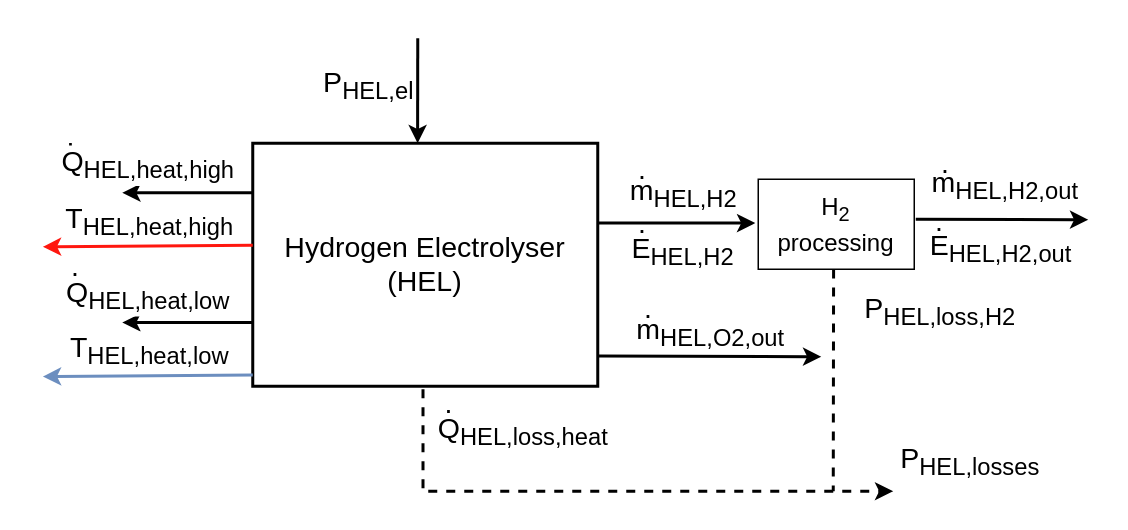
Before: docs/fig/source_files/240603_Elektrolyser_reduced.drawio in QuaSi-Software/Documentation, a draw.io diagram. Source tidied: cells renumbered, new cells numbered last; positions are measured from the earlier drawing's top-left corner, leaving out a move shared by most shapes. Both pictures are drawn from the tidied source at 150%, with x=0, y=0 at pixel (26, 38).
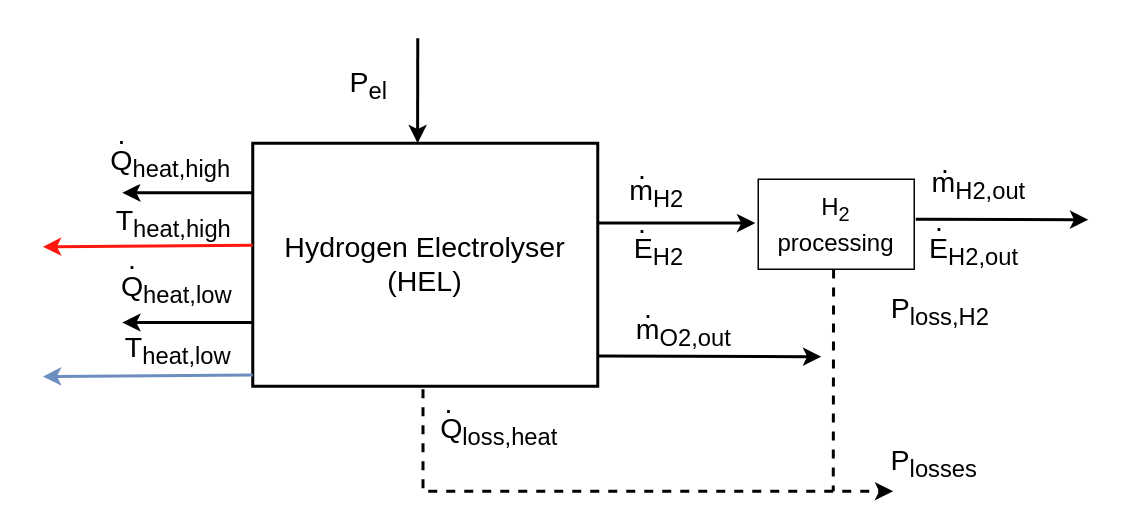
The same diagram, later.

The change refers to these unchanged cells:
```xml
<mxCell id="2" style="endArrow=none;html=1;rounded=0;fontSize=19;strokeWidth=2;dashed=1;endFill=0;" parent="1" edge="1">
  <mxGeometry relative="1" as="geometry">
    <mxPoint x="264.5" y="210" as="sourcePoint" />
    <mxPoint x="264.5" y="300" as="targetPoint" />
  </mxGeometry>
</mxCell>
<mxCell id="7" style="endArrow=classic;html=1;rounded=0;fontSize=19;entryX=-0.009;entryY=0.171;entryDx=0;entryDy=0;entryPerimeter=0;strokeWidth=2;" parent="1" edge="1">
  <mxGeometry relative="1" as="geometry">
    <mxPoint x="261" as="sourcePoint" />
    <mxPoint x="260.9" y="70" as="targetPoint" />
  </mxGeometry>
</mxCell>
<mxCell id="9" style="endArrow=classic;html=1;rounded=0;fontSize=19;strokeWidth=2;" parent="1" edge="1">
  <mxGeometry relative="1" as="geometry">
    <mxPoint x="381" y="211.9" as="sourcePoint" />
    <mxPoint x="530" y="212.3" as="targetPoint" />
  </mxGeometry>
</mxCell>
<mxCell id="15" style="endArrow=classic;html=1;rounded=0;fontSize=19;strokeColor=#FF170F;strokeWidth=2;" parent="1" edge="1">
  <mxGeometry relative="1" as="geometry">
    <mxPoint x="151" y="138" as="sourcePoint" />
    <mxPoint x="11.1" y="139" as="targetPoint" />
  </mxGeometry>
</mxCell>
<mxCell id="25" style="endArrow=classic;html=1;rounded=0;fontSize=19;strokeWidth=2;entryX=-0.019;entryY=0.487;entryDx=0;entryDy=0;entryPerimeter=0;" parent="1" edge="1" target="19">
  <mxGeometry relative="1" as="geometry">
    <mxPoint x="381" y="123.1" as="sourcePoint" />
  </mxGeometry>
</mxCell>
<mxCell id="31" style="endArrow=classic;html=1;rounded=0;fontSize=19;strokeColor=#6c8ebf;strokeWidth=2;fillColor=#dae8fc;" parent="1" edge="1">
  <mxGeometry relative="1" as="geometry">
    <mxPoint x="151" y="224.5" as="sourcePoint" />
    <mxPoint x="11.1" y="225.5" as="targetPoint" />
  </mxGeometry>
</mxCell>
```

Diff of the diagram source:
```diff
@@
-    <mxCell id="3" value="Q&lt;sub&gt;HEL,loss,heat&lt;/sub&gt;" style="edgeLabel;html=1;align=center;verticalAlign=middle;fontSize=19;" parent="2" vertex="1">
+    <mxCell id="3" value="Q&lt;sub&gt;loss,heat&lt;/sub&gt;" style="edgeLabel;html=1;align=center;verticalAlign=middle;fontSize=19;" parent="2" vertex="1">
       <mxGeometry x="-0.45" y="-1" relative="1" as="geometry">
-        <mxPoint x="67" y="27" as="offset" />
+        <mxPoint x="51" y="27" as="offset" />
       </mxGeometry>
     </mxCell>
-    <mxCell id="4" value="P&lt;sub&gt;HEL,loss,H2&lt;/sub&gt;" style="edgeLabel;html=1;align=center;verticalAlign=middle;fontSize=19;" parent="2" vertex="1">
+    <mxCell id="4" value="P&lt;sub&gt;loss,H2&lt;/sub&gt;" style="edgeLabel;html=1;align=center;verticalAlign=middle;fontSize=19;" parent="2" vertex="1">
       <mxGeometry x="-0.45" y="-1" relative="1" as="geometry">
         <mxPoint x="345" y="-53" as="offset" />
       </mxGeometry>
     </mxCell>
-    <mxCell id="5" value="P&lt;sub&gt;HEL,losses&lt;/sub&gt;" style="edgeLabel;html=1;align=center;verticalAlign=middle;fontSize=19;" parent="2" vertex="1">
+    <mxCell id="5" value="P&lt;sub&gt;losses&lt;/sub&gt;" style="edgeLabel;html=1;align=center;verticalAlign=middle;fontSize=19;" parent="2" vertex="1">
       <mxGeometry x="-0.45" y="-1" relative="1" as="geometry">
-        <mxPoint x="365" y="47" as="offset" />
+        <mxPoint x="341" y="48" as="offset" />
       </mxGeometry>
     </mxCell>
@@
-    <mxCell id="8" value="P&lt;sub&gt;HEL,el&lt;/sub&gt;" style="edgeLabel;html=1;align=center;verticalAlign=middle;fontSize=19;" parent="7" vertex="1">
+    <mxCell id="8" value="P&lt;sub&gt;el&lt;/sub&gt;" style="edgeLabel;html=1;align=center;verticalAlign=middle;fontSize=19;" parent="7" vertex="1">
       <mxGeometry x="-0.45" y="-1" relative="1" as="geometry">
         <mxPoint x="-32" y="13" as="offset" />
       </mxGeometry>
     </mxCell>
@@
-    <mxCell id="10" value="m&lt;sub&gt;HEL,O2,out&lt;/sub&gt;" style="edgeLabel;html=1;align=center;verticalAlign=middle;fontSize=19;" parent="9" vertex="1">
+    <mxCell id="10" value="m&lt;sub&gt;O2,out&lt;/sub&gt;" style="edgeLabel;html=1;align=center;verticalAlign=middle;fontSize=19;" parent="9" vertex="1">
       <mxGeometry x="-0.45" y="-1" relative="1" as="geometry">
-        <mxPoint x="34" y="-17" as="offset" />
+        <mxPoint x="16" y="-17" as="offset" />
       </mxGeometry>
     </mxCell>
-    <mxCell id="11" value="E&lt;sub&gt;HEL,H2&lt;/sub&gt;" style="text;html=1;strokeColor=none;fillColor=none;align=center;verticalAlign=middle;whiteSpace=wrap;rounded=0;fontSize=19;" parent="1" vertex="1">
-      <mxGeometry x="408" y="128" width="60" height="30" as="geometry" />
+    <mxCell id="11" value="E&lt;sub&gt;H2&lt;/sub&gt;" style="text;html=1;strokeColor=none;fillColor=none;align=center;verticalAlign=middle;whiteSpace=wrap;rounded=0;fontSize=19;" parent="1" vertex="1">
+      <mxGeometry x="392" y="128" width="60" height="30" as="geometry" />
     </mxCell>
     <mxCell id="12" value=".&lt;br&gt;" style="text;html=1;strokeColor=none;fillColor=none;align=center;verticalAlign=middle;whiteSpace=wrap;rounded=0;fontSize=19;" parent="1" vertex="1">
-      <mxGeometry y="51" width="60" height="30" as="geometry" />
+      <mxGeometry x="34" y="50" width="60" height="30" as="geometry" />
     </mxCell>
-    <mxCell id="13" value="Q&lt;sub&gt;HEL,heat,high&lt;/sub&gt;" style="endArrow=classic;html=1;rounded=0;strokeColor=#000000;fontSize=19;strokeWidth=2;" parent="1" edge="1">
-      <mxGeometry x="0.62" y="-18" relative="1" as="geometry">
+    <mxCell id="13" value="Q&lt;sub&gt;heat,high&lt;/sub&gt;" style="endArrow=classic;html=1;rounded=0;strokeColor=#000000;fontSize=19;strokeWidth=2;" parent="1" edge="1">
+      <mxGeometry x="0.27" y="-19" relative="1" as="geometry">
         <mxPoint x="151" y="103" as="sourcePoint" />
         <mxPoint x="64" y="103" as="targetPoint" />
       </mxGeometry>
     </mxCell>
@@
-    <mxCell id="16" value="T&lt;sub&gt;HEL,heat,high&lt;/sub&gt;" style="edgeLabel;html=1;align=center;verticalAlign=middle;fontSize=19;" parent="15" vertex="1">
+    <mxCell id="16" value="T&lt;sub&gt;heat,high&lt;/sub&gt;" style="edgeLabel;html=1;align=center;verticalAlign=middle;fontSize=19;labelBackgroundColor=none;" parent="15" vertex="1">
       <mxGeometry x="-0.45" y="-1" relative="1" as="geometry">
-        <mxPoint x="-31" y="-15" as="offset" />
+        <mxPoint x="-15" y="-14" as="offset" />
       </mxGeometry>
     </mxCell>
@@
-    <mxCell id="18" value="&lt;font style=&quot;font-size: 19px;&quot;&gt;&lt;span style=&quot;color: rgb(0, 0, 0); font-family: Helvetica; font-style: normal; font-variant-ligatures: normal; font-variant-caps: normal; font-weight: 400; letter-spacing: normal; orphans: 2; text-align: center; text-indent: 0px; text-transform: none; widows: 2; word-spacing: 0px; -webkit-text-stroke-width: 0px; background-color: rgb(255, 255, 255); text-decoration-thickness: initial; text-decoration-style: initial; text-decoration-color: initial; float: none; display: inline !important;&quot;&gt;m&lt;/span&gt;&lt;sub style=&quot;color: rgb(0, 0, 0); font-family: Helvetica; font-style: normal; font-variant-ligatures: normal; font-variant-caps: normal; font-weight: 400; letter-spacing: normal; orphans: 2; text-align: center; text-indent: 0px; text-transform: none; widows: 2; word-spacing: 0px; -webkit-text-stroke-width: 0px; text-decoration-thickness: initial; text-decoration-style: initial; text-decoration-color: initial;&quot;&gt;HEL,H2,out&lt;/sub&gt;&lt;/font&gt;" style="text;whiteSpace=wrap;html=1;fontSize=19;verticalAlign=middle;" parent="1" vertex="1">
+    <mxCell id="18" value="&lt;font style=&quot;font-size: 19px;&quot;&gt;&lt;span style=&quot;color: rgb(0, 0, 0); font-family: Helvetica; font-style: normal; font-variant-ligatures: normal; font-variant-caps: normal; font-weight: 400; letter-spacing: normal; orphans: 2; text-align: center; text-indent: 0px; text-transform: none; widows: 2; word-spacing: 0px; -webkit-text-stroke-width: 0px; background-color: rgb(255, 255, 255); text-decoration-thickness: initial; text-decoration-style: initial; text-decoration-color: initial; float: none; display: inline !important;&quot;&gt;m&lt;/span&gt;&lt;sub style=&quot;color: rgb(0, 0, 0); font-family: Helvetica; font-style: normal; font-variant-ligatures: normal; font-variant-caps: normal; font-weight: 400; letter-spacing: normal; orphans: 2; text-align: center; text-indent: 0px; text-transform: none; widows: 2; word-spacing: 0px; -webkit-text-stroke-width: 0px; text-decoration-thickness: initial; text-decoration-style: initial; text-decoration-color: initial;&quot;&gt;H2,out&lt;/sub&gt;&lt;/font&gt;" style="text;whiteSpace=wrap;html=1;fontSize=19;verticalAlign=middle;" parent="1" vertex="1">
       <mxGeometry x="602" y="74" width="95" height="50" as="geometry" />
     </mxCell>
@@
-    <mxCell id="20" value="&lt;font style=&quot;font-size: 19px;&quot;&gt;E&lt;sub&gt;HEL,H2,out&lt;/sub&gt;&lt;/font&gt;" style="text;html=1;strokeColor=none;fillColor=none;align=center;verticalAlign=middle;whiteSpace=wrap;rounded=0;fontSize=19;" parent="1" vertex="1">
-      <mxGeometry x="619.5" y="126" width="60" height="30" as="geometry" />
+    <mxCell id="20" value="&lt;font style=&quot;font-size: 19px;&quot;&gt;E&lt;sub&gt;H2,out&lt;/sub&gt;&lt;/font&gt;" style="text;html=1;strokeColor=none;fillColor=none;align=center;verticalAlign=middle;whiteSpace=wrap;rounded=0;fontSize=19;" parent="1" vertex="1">
+      <mxGeometry x="602" y="128" width="60" height="30" as="geometry" />
     </mxCell>
@@
-    <mxCell id="26" value="m&lt;sub&gt;HEL,H2&lt;/sub&gt;" style="edgeLabel;html=1;align=center;verticalAlign=middle;fontSize=19;" parent="25" vertex="1">
+    <mxCell id="26" value="m&lt;sub&gt;H2&lt;/sub&gt;" style="edgeLabel;html=1;align=center;verticalAlign=middle;fontSize=19;" parent="25" vertex="1">
       <mxGeometry x="-0.45" y="-1" relative="1" as="geometry">
-        <mxPoint x="28" y="-21" as="offset" />
+        <mxPoint x="10" y="-21" as="offset" />
       </mxGeometry>
     </mxCell>
@@
     <mxCell id="29" value=".&lt;br&gt;" style="text;html=1;strokeColor=none;fillColor=none;align=center;verticalAlign=middle;whiteSpace=wrap;rounded=0;fontSize=19;" parent="1" vertex="1">
-      <mxGeometry x="3" y="138" width="60" height="30" as="geometry" />
+      <mxGeometry x="40" y="125" width="62" height="45" as="geometry" />
     </mxCell>
-    <mxCell id="30" value="Q&lt;sub&gt;HEL,heat,low&lt;/sub&gt;" style="endArrow=classic;html=1;rounded=0;strokeColor=#000000;fontSize=19;strokeWidth=2;" parent="1" edge="1">
-      <mxGeometry x="0.62" y="-18" relative="1" as="geometry">
+    <mxCell id="30" value="Q&lt;sub&gt;heat,low&lt;/sub&gt;" style="endArrow=classic;html=1;rounded=0;strokeColor=#000000;fontSize=19;strokeWidth=2;" parent="1" edge="1">
+      <mxGeometry x="0.17" y="-22" relative="1" as="geometry">
         <mxPoint x="151" y="189.5" as="sourcePoint" />
         <mxPoint x="64" y="189.5" as="targetPoint" />
       </mxGeometry>
     </mxCell>
@@
-    <mxCell id="32" value="T&lt;sub&gt;HEL,heat,low&lt;/sub&gt;" style="edgeLabel;html=1;align=center;verticalAlign=middle;fontSize=19;" parent="31" vertex="1">
+    <mxCell id="32" value="T&lt;sub&gt;heat,low&lt;/sub&gt;" style="edgeLabel;html=1;align=center;verticalAlign=middle;fontSize=19;labelBackgroundColor=none;" parent="31" vertex="1">
       <mxGeometry x="-0.45" y="-1" relative="1" as="geometry">
-        <mxPoint x="-31" y="-15" as="offset" />
+        <mxPoint x="-12" y="-15" as="offset" />
       </mxGeometry>
     </mxCell>
```
